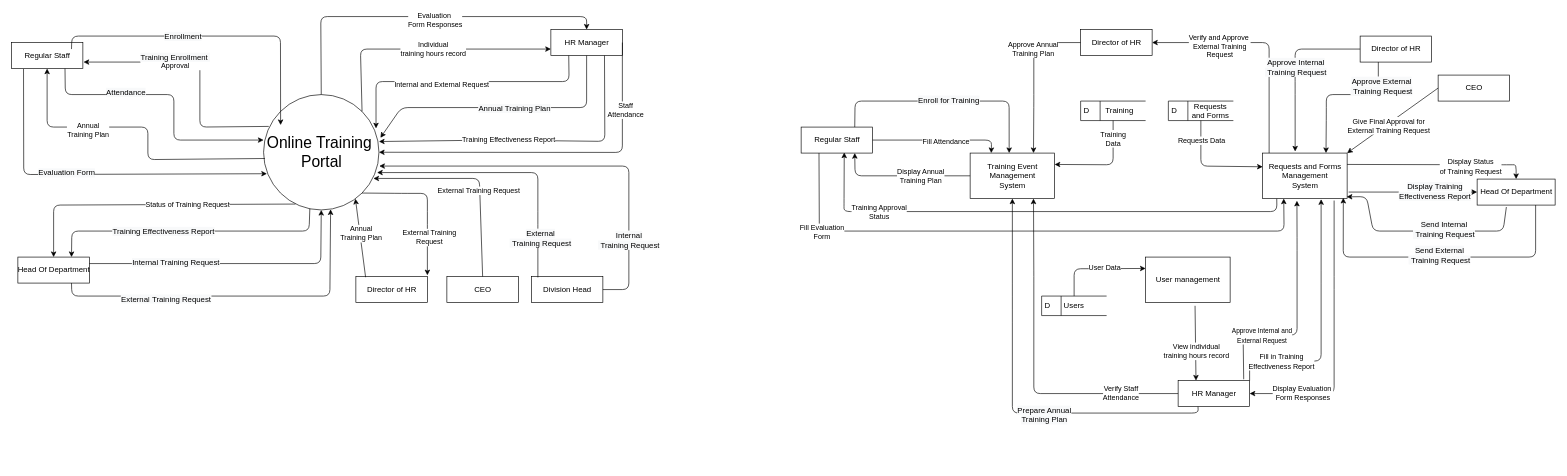
The draw.io diagram BCCKdataflow.drawio in LastMinuteBanter/DistinctionTaskUML, before the edit. Source tidied: cells renumbered, new cells numbered last; positions are measured from the earlier drawing's top-left corner, leaving out a move shared by most shapes. Both pictures are drawn from the tidied source at 65%, with x=0, y=0 at pixel (11, 16).
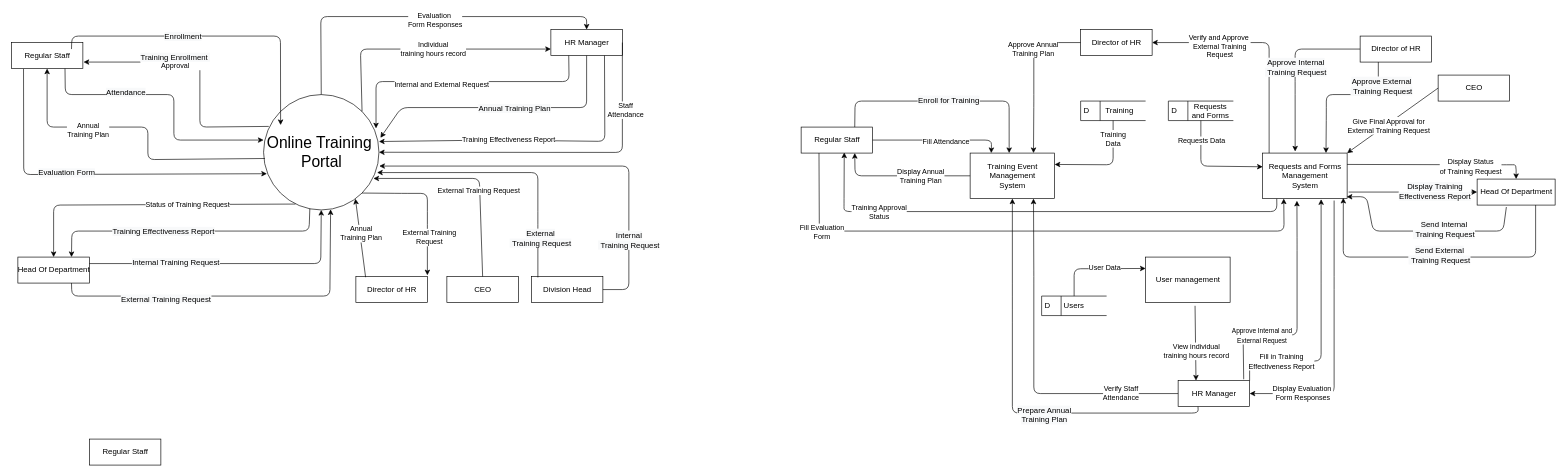
After the change.

The edit, as a diff of the source:
```diff
@@
+    <mxCell id="110" value="Regular Staff" style="html=1;dashed=0;whitespace=wrap;" parent="1" vertex="1">
+      <mxGeometry x="120" y="650" width="110" height="40" as="geometry" />
+    </mxCell>
```
